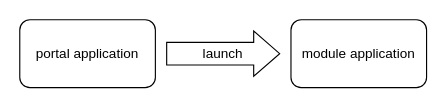
Koppeltaal/Koppeltaal-2.0-SMART-HTI-On-FHIR keeps this draw.io diagram as diagrams/Simple Launch.drawio. Above is the earlier version. Source tidied: cells renumbered, new cells numbered last; positions are measured from the earlier drawing's top-left corner, leaving out a move shared by most shapes. Both pictures are drawn from the tidied source at 113%, with x=0, y=0 at pixel (19, 19).
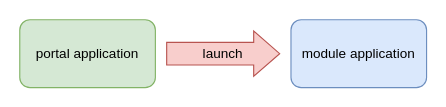
Above is the later version.

Diff of the diagram source:
```diff
@@
 <mxGraphModel>
   <root>
     <mxCell id="0" />
     <mxCell id="1" parent="0" />
-    <mxCell id="2" value="portal application" style="rounded=1;whiteSpace=wrap;html=1;" parent="1" vertex="1">
+    <mxCell id="2" value="portal application" style="rounded=1;whiteSpace=wrap;html=1;fillColor=#d5e8d4;strokeColor=#82b366;" parent="1" vertex="1">
       <mxGeometry width="120" height="60" as="geometry" />
     </mxCell>
-    <mxCell id="3" value="module application" style="rounded=1;whiteSpace=wrap;html=1;" parent="1" vertex="1">
+    <mxCell id="3" value="module application" style="rounded=1;whiteSpace=wrap;html=1;fillColor=#dae8fc;strokeColor=#6c8ebf;" parent="1" vertex="1">
       <mxGeometry x="240" width="120" height="60" as="geometry" />
     </mxCell>
-    <mxCell id="4" value="launch" style="shape=singleArrow;whiteSpace=wrap;html=1;arrowWidth=0.5;arrowSize=0.23;" parent="1" vertex="1">
+    <mxCell id="4" value="launch" style="shape=singleArrow;whiteSpace=wrap;html=1;arrowWidth=0.5;arrowSize=0.23;fillColor=#f8cecc;strokeColor=#b85450;" parent="1" vertex="1">
       <mxGeometry x="130" y="10" width="100" height="40" as="geometry" />
     </mxCell>
   </root>
 </mxGraphModel>
```
